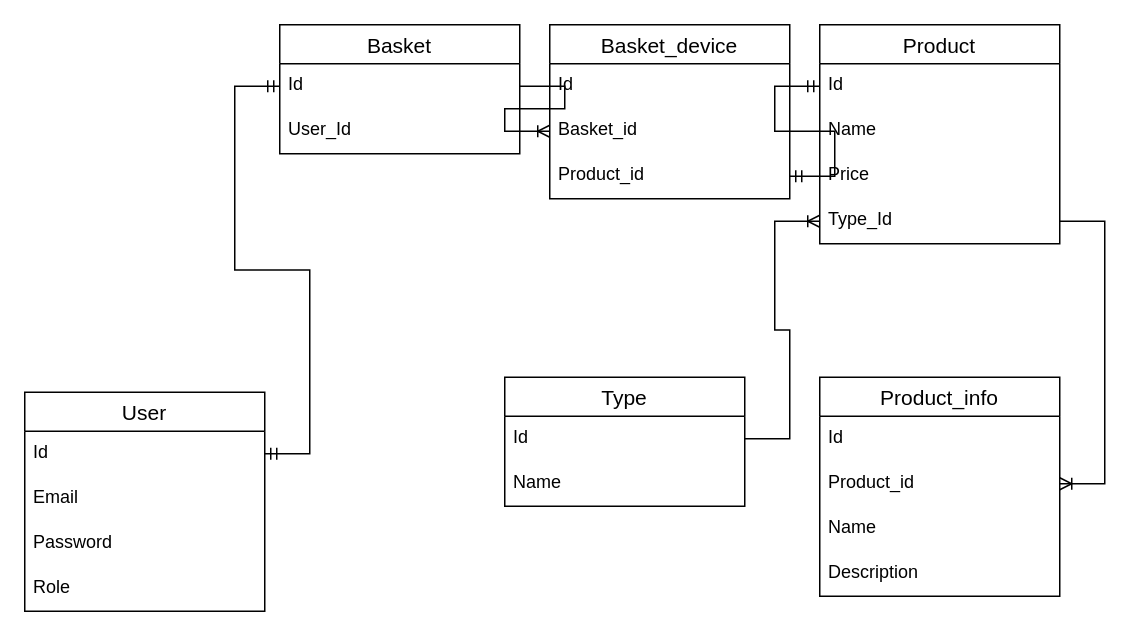
This is Диаграмма без названия.drawio from PavelSmirnov76/OnlineStore, a draw.io file, before an edit. Source tidied: cells renumbered, new cells numbered last; positions are measured from the earlier drawing's top-left corner, leaving out a move shared by most shapes. Both pictures are drawn from the tidied source at 150%, with x=0, y=0 at pixel (24, 24).
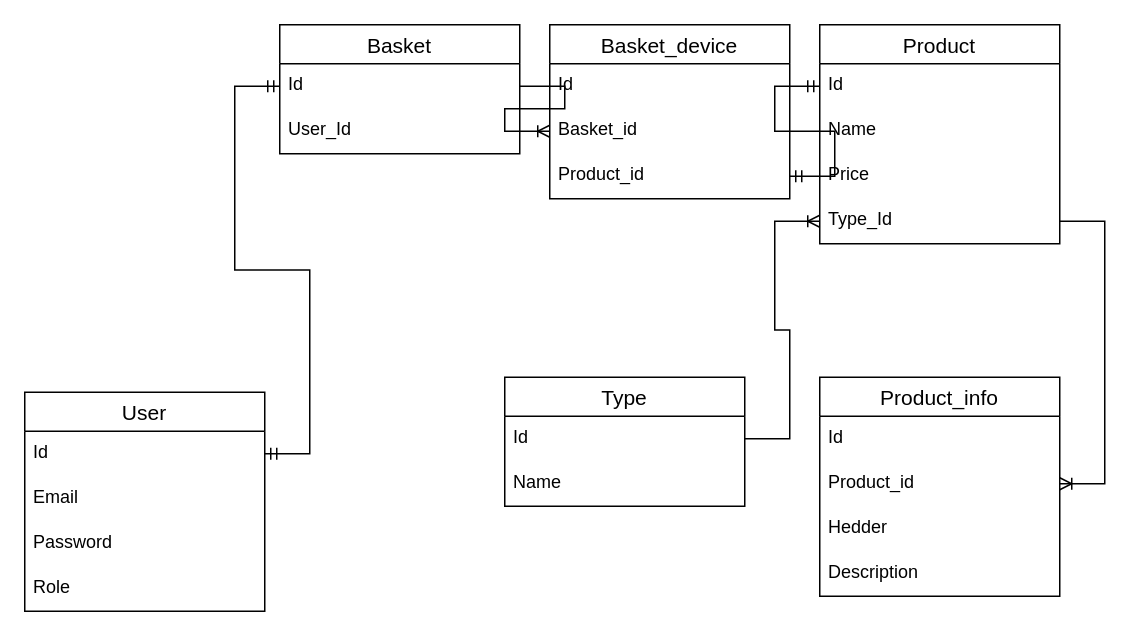
The same page after the edit.

The change refers to these unchanged cells:
```xml
<mxCell id="20" value="Product_info" style="swimlane;fontStyle=0;horizontal=1;startSize=26;align=center;fontSize=14;" parent="1" vertex="1">
  <mxGeometry x="530" y="235" width="160" height="146" as="geometry" />
</mxCell>
```

Change to the diagram source:
```diff
@@
-    <mxCell id="23" value="Name" style="text;strokeColor=none;fillColor=none;spacingLeft=4;spacingRight=4;overflow=hidden;fontSize=12;" parent="20" vertex="1">
+    <mxCell id="23" value="Hedder&#10;" style="text;strokeColor=none;fillColor=none;spacingLeft=4;spacingRight=4;overflow=hidden;fontSize=12;" parent="20" vertex="1">
       <mxGeometry y="86" width="160" height="30" as="geometry" />
     </mxCell>
```
